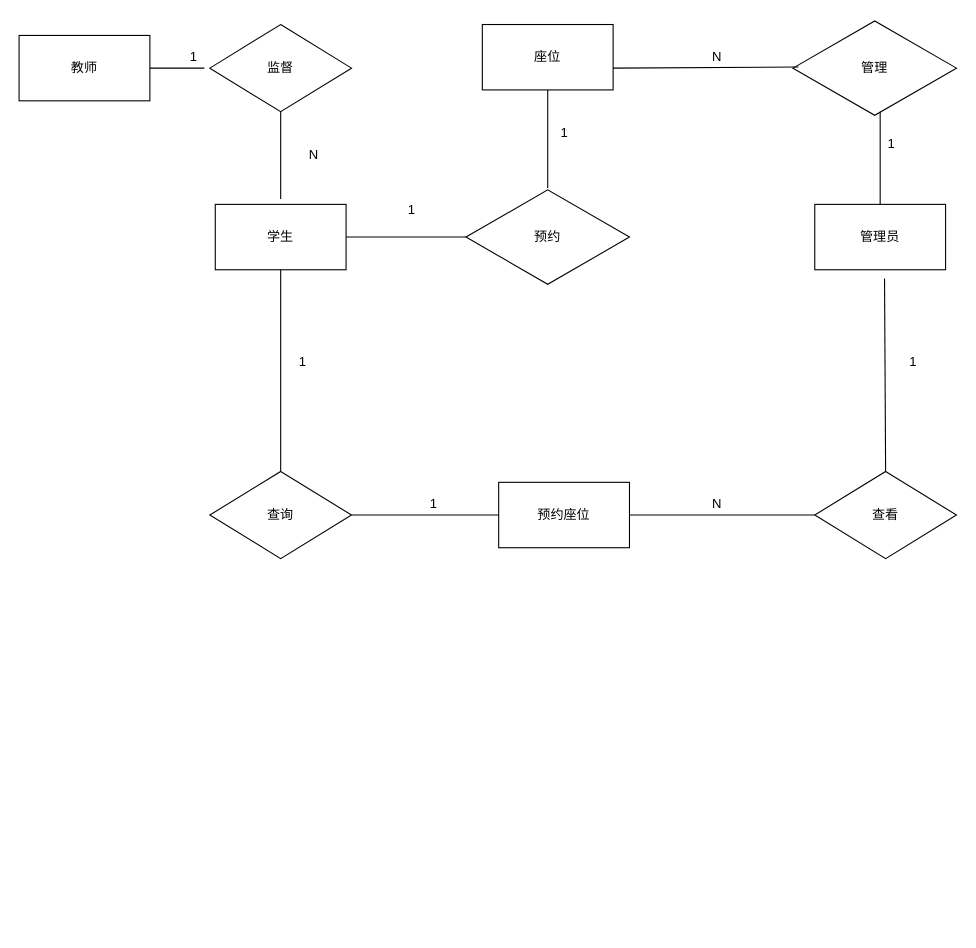
ANT923/text1 keeps this draw.io diagram as page "第 5 页" (5 of 5) of Untitled Diagram.drawio. Above is the earlier version. Source tidied: cells renumbered, new cells numbered last; positions are measured from the earlier drawing's top-left corner, leaving out a move shared by most shapes. Both pictures are drawn from the tidied source at 109%, with x=0, y=0 at pixel (19, 19).
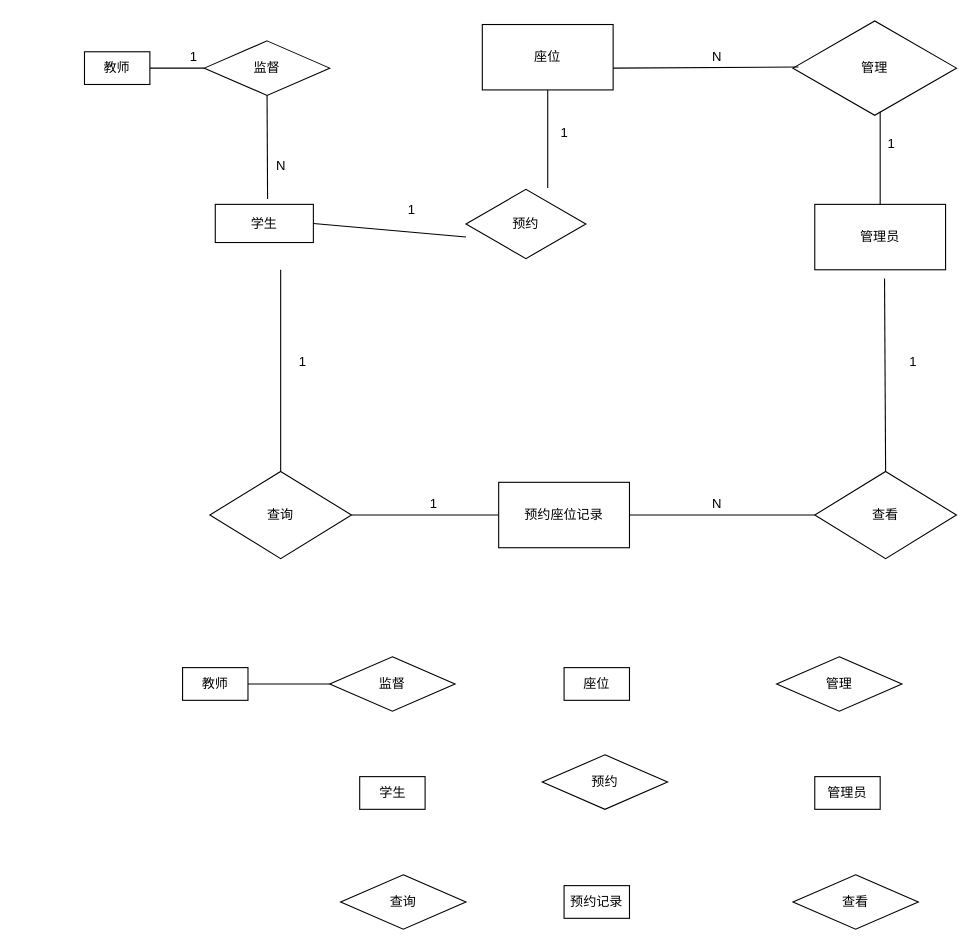
Above is the later version.

Change to the diagram source:
```diff
@@
     <mxCell id="3" value="预约" style="html=1;whiteSpace=wrap;shape=isoRectangle;" parent="1" vertex="1">
-      <mxGeometry x="410" y="155" width="150" height="90" as="geometry" />
+      <mxGeometry x="410" y="155" width="110" height="66" as="geometry" />
     </mxCell>
-    <mxCell id="4" value="学生" style="rounded=0;whiteSpace=wrap;html=1;" parent="1" vertex="1">
-      <mxGeometry x="180" y="170" width="120" height="60" as="geometry" />
+    <mxCell id="4" value="&lt;font style=&quot;font-size: 12px&quot;&gt;学生&lt;/font&gt;" style="rounded=0;whiteSpace=wrap;html=1;" parent="1" vertex="1">
+      <mxGeometry x="180" y="170" width="90" height="35" as="geometry" />
     </mxCell>
@@
-    <mxCell id="6" value="教师" style="rounded=0;whiteSpace=wrap;html=1;" parent="1" vertex="1">
-      <mxGeometry y="15" width="120" height="60" as="geometry" />
+    <mxCell id="6" value="&lt;font style=&quot;font-size: 12px&quot;&gt;教师&lt;/font&gt;" style="rounded=0;whiteSpace=wrap;html=1;" parent="1" vertex="1">
+      <mxGeometry x="60" y="30" width="60" height="30" as="geometry" />
     </mxCell>
     <mxCell id="7" value="监督" style="rhombus;whiteSpace=wrap;html=1;" parent="1" vertex="1">
-      <mxGeometry x="175" y="5" width="130" height="80" as="geometry" />
+      <mxGeometry x="170" y="20" width="115" height="50" as="geometry" />
     </mxCell>
@@
     <mxCell id="14" style="endArrow=none;html=1;entryX=0.5;entryY=1;entryDx=0;entryDy=0;" parent="1" edge="1" target="7">
       <mxGeometry relative="1" as="geometry">
-        <mxPoint x="240" y="165" as="sourcePoint" />
+        <mxPoint x="228" y="165" as="sourcePoint" />
       </mxGeometry>
     </mxCell>
@@
-    <mxCell id="16" value="预约座位" style="rounded=0;whiteSpace=wrap;html=1;" parent="1" vertex="1">
+    <mxCell id="16" value="预约座位记录" style="rounded=0;whiteSpace=wrap;html=1;" parent="1" vertex="1">
       <mxGeometry x="440" y="425" width="120" height="60" as="geometry" />
     </mxCell>
@@
     <mxCell id="22" value="N" style="text;html=1;align=center;verticalAlign=middle;" parent="1" vertex="1">
-      <mxGeometry x="260" y="115" width="20" height="20" as="geometry" />
+      <mxGeometry x="230" y="125" width="20" height="20" as="geometry" />
     </mxCell>
@@
+    <mxCell id="32" value="&lt;font style=&quot;font-size: 12px&quot;&gt;教师&lt;/font&gt;" style="rounded=0;whiteSpace=wrap;html=1;" parent="1" vertex="1">
+      <mxGeometry x="150" y="595" width="60" height="30" as="geometry" />
+    </mxCell>
+    <mxCell id="33" value="监督" style="rhombus;whiteSpace=wrap;html=1;" parent="1" vertex="1">
+      <mxGeometry x="285" y="585" width="115" height="50" as="geometry" />
+    </mxCell>
+    <mxCell id="34" value="&lt;font style=&quot;font-size: 12px&quot;&gt;预约记录&lt;/font&gt;" style="rounded=0;whiteSpace=wrap;html=1;" parent="1" vertex="1">
+      <mxGeometry x="500" y="795" width="60" height="30" as="geometry" />
+    </mxCell>
+    <mxCell id="35" value="&lt;font style=&quot;font-size: 12px&quot;&gt;座位&lt;/font&gt;" style="rounded=0;whiteSpace=wrap;html=1;" parent="1" vertex="1">
+      <mxGeometry x="500" y="595" width="60" height="30" as="geometry" />
+    </mxCell>
+    <mxCell id="36" value="&lt;font style=&quot;font-size: 12px&quot;&gt;学生&lt;/font&gt;" style="rounded=0;whiteSpace=wrap;html=1;" parent="1" vertex="1">
+      <mxGeometry x="312.5" y="695" width="60" height="30" as="geometry" />
+    </mxCell>
+    <mxCell id="37" value="&lt;font style=&quot;font-size: 12px&quot;&gt;管理员&lt;/font&gt;" style="rounded=0;whiteSpace=wrap;html=1;" parent="1" vertex="1">
+      <mxGeometry x="730" y="695" width="60" height="30" as="geometry" />
+    </mxCell>
+    <mxCell id="38" value="预约" style="rhombus;whiteSpace=wrap;html=1;" parent="1" vertex="1">
+      <mxGeometry x="480" y="675" width="115" height="50" as="geometry" />
+    </mxCell>
+    <mxCell id="39" value="管理" style="rhombus;whiteSpace=wrap;html=1;" parent="1" vertex="1">
+      <mxGeometry x="695" y="585" width="115" height="50" as="geometry" />
+    </mxCell>
+    <mxCell id="40" value="查看" style="rhombus;whiteSpace=wrap;html=1;" parent="1" vertex="1">
+      <mxGeometry x="710" y="785" width="115" height="50" as="geometry" />
+    </mxCell>
+    <mxCell id="41" value="查询" style="rhombus;whiteSpace=wrap;html=1;" parent="1" vertex="1">
+      <mxGeometry x="295" y="785" width="115" height="50" as="geometry" />
+    </mxCell>
+    <mxCell id="42" style="endArrow=none;html=1;exitX=0;exitY=0.5;exitDx=0;exitDy=0;entryX=1;entryY=0.5;entryDx=0;entryDy=0;" parent="1" edge="1" source="33" target="32">
+      <mxGeometry relative="1" as="geometry" />
+    </mxCell>
```
